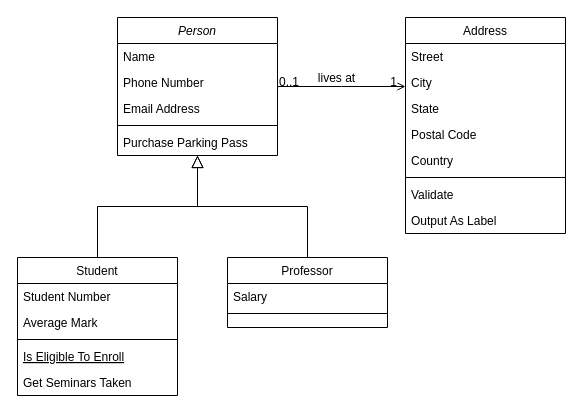
Before: Diagrama sin título.drawio in FJavierVC/Equipo, a draw.io diagram. Source tidied: cells renumbered, new cells numbered last; positions are measured from the earlier drawing's top-left corner, leaving out a move shared by most shapes. Both pictures are drawn from the tidied source at 100%, with x=0, y=0 at pixel (17, 17).
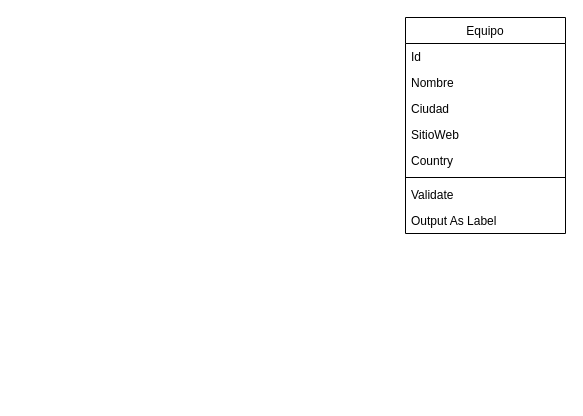
The same diagram, later.

Change to the diagram source:
```diff
@@
-    <mxCell id="2" value="Person" style="swimlane;fontStyle=2;align=center;verticalAlign=top;horizontal=1;startSize=26;rounded=0;shadow=0;strokeWidth=1;" parent="1" vertex="1">
-      <mxGeometry x="100" width="160" height="138" as="geometry" />
-    </mxCell>
-    <mxCell id="3" value="Name" style="text;align=left;verticalAlign=top;spacingLeft=4;spacingRight=4;overflow=hidden;" parent="2" vertex="1">
-      <mxGeometry y="26" width="160" height="26" as="geometry" />
-    </mxCell>
-    <mxCell id="4" value="Phone Number" style="text;align=left;verticalAlign=top;spacingLeft=4;spacingRight=4;overflow=hidden;rounded=0;shadow=0;html=0;" parent="2" vertex="1">
-      <mxGeometry y="52" width="160" height="26" as="geometry" />
-    </mxCell>
-    <mxCell id="5" value="Email Address" style="text;align=left;verticalAlign=top;spacingLeft=4;spacingRight=4;overflow=hidden;rounded=0;shadow=0;html=0;" parent="2" vertex="1">
-      <mxGeometry y="78" width="160" height="26" as="geometry" />
-    </mxCell>
-    <mxCell id="6" style="line;html=1;strokeWidth=1;align=left;verticalAlign=middle;spacingTop=-1;spacingLeft=3;spacingRight=3;labelPosition=right;" parent="2" vertex="1">
-      <mxGeometry y="104" width="160" height="8" as="geometry" />
-    </mxCell>
-    <mxCell id="7" value="Purchase Parking Pass" style="text;align=left;verticalAlign=top;spacingLeft=4;spacingRight=4;overflow=hidden;" parent="2" vertex="1">
-      <mxGeometry y="112" width="160" height="26" as="geometry" />
-    </mxCell>
-    <mxCell id="8" value="Student" style="swimlane;fontStyle=0;align=center;verticalAlign=top;horizontal=1;startSize=26;rounded=0;shadow=0;strokeWidth=1;" parent="1" vertex="1">
-      <mxGeometry y="240" width="160" height="138" as="geometry" />
-    </mxCell>
-    <mxCell id="9" value="Student Number" style="text;align=left;verticalAlign=top;spacingLeft=4;spacingRight=4;overflow=hidden;" parent="8" vertex="1">
-      <mxGeometry y="26" width="160" height="26" as="geometry" />
-    </mxCell>
-    <mxCell id="10" value="Average Mark" style="text;align=left;verticalAlign=top;spacingLeft=4;spacingRight=4;overflow=hidden;rounded=0;shadow=0;html=0;" parent="8" vertex="1">
-      <mxGeometry y="52" width="160" height="26" as="geometry" />
-    </mxCell>
-    <mxCell id="11" style="line;html=1;strokeWidth=1;align=left;verticalAlign=middle;spacingTop=-1;spacingLeft=3;spacingRight=3;labelPosition=right;" parent="8" vertex="1">
-      <mxGeometry y="78" width="160" height="8" as="geometry" />
-    </mxCell>
-    <mxCell id="12" value="Is Eligible To Enroll" style="text;align=left;verticalAlign=top;spacingLeft=4;spacingRight=4;overflow=hidden;fontStyle=4;" parent="8" vertex="1">
-      <mxGeometry y="86" width="160" height="26" as="geometry" />
-    </mxCell>
-    <mxCell id="13" value="Get Seminars Taken" style="text;align=left;verticalAlign=top;spacingLeft=4;spacingRight=4;overflow=hidden;" parent="8" vertex="1">
-      <mxGeometry y="112" width="160" height="26" as="geometry" />
-    </mxCell>
-    <mxCell id="14" style="endArrow=block;endSize=10;endFill=0;shadow=0;strokeWidth=1;rounded=0;edgeStyle=elbowEdgeStyle;elbow=vertical;" parent="1" edge="1" source="8" target="2">
-      <mxGeometry relative="1" as="geometry" />
-    </mxCell>
-    <mxCell id="15" value="Professor" style="swimlane;fontStyle=0;align=center;verticalAlign=top;horizontal=1;startSize=26;rounded=0;shadow=0;strokeWidth=1;" parent="1" vertex="1">
-      <mxGeometry x="210" y="240" width="160" height="70" as="geometry" />
-    </mxCell>
-    <mxCell id="16" value="Salary" style="text;align=left;verticalAlign=top;spacingLeft=4;spacingRight=4;overflow=hidden;" parent="15" vertex="1">
-      <mxGeometry y="26" width="160" height="26" as="geometry" />
-    </mxCell>
-    <mxCell id="17" style="line;html=1;strokeWidth=1;align=left;verticalAlign=middle;spacingTop=-1;spacingLeft=3;spacingRight=3;labelPosition=right;" parent="15" vertex="1">
-      <mxGeometry y="52" width="160" height="8" as="geometry" />
-    </mxCell>
-    <mxCell id="18" style="endArrow=block;endSize=10;endFill=0;shadow=0;strokeWidth=1;rounded=0;edgeStyle=elbowEdgeStyle;elbow=vertical;" parent="1" edge="1" source="15" target="2">
-      <mxGeometry relative="1" as="geometry" />
-    </mxCell>
-    <mxCell id="19" value="Address" style="swimlane;fontStyle=0;align=center;verticalAlign=top;horizontal=1;startSize=26;rounded=0;shadow=0;strokeWidth=1;" parent="1" vertex="1">
+    <mxCell id="19" value="Equipo" style="swimlane;fontStyle=0;align=center;verticalAlign=top;horizontal=1;startSize=26;rounded=0;shadow=0;strokeWidth=1;" parent="1" vertex="1">
       <mxGeometry x="388" width="160" height="216" as="geometry" />
     </mxCell>
-    <mxCell id="20" value="Street" style="text;align=left;verticalAlign=top;spacingLeft=4;spacingRight=4;overflow=hidden;" parent="19" vertex="1">
+    <mxCell id="20" value="Id" style="text;align=left;verticalAlign=top;spacingLeft=4;spacingRight=4;overflow=hidden;" parent="19" vertex="1">
       <mxGeometry y="26" width="160" height="26" as="geometry" />
     </mxCell>
-    <mxCell id="21" value="City" style="text;align=left;verticalAlign=top;spacingLeft=4;spacingRight=4;overflow=hidden;rounded=0;shadow=0;html=0;" parent="19" vertex="1">
+    <mxCell id="21" value="Nombre" style="text;align=left;verticalAlign=top;spacingLeft=4;spacingRight=4;overflow=hidden;rounded=0;shadow=0;html=0;" parent="19" vertex="1">
       <mxGeometry y="52" width="160" height="26" as="geometry" />
     </mxCell>
-    <mxCell id="22" value="State" style="text;align=left;verticalAlign=top;spacingLeft=4;spacingRight=4;overflow=hidden;rounded=0;shadow=0;html=0;" parent="19" vertex="1">
+    <mxCell id="22" value="Ciudad" style="text;align=left;verticalAlign=top;spacingLeft=4;spacingRight=4;overflow=hidden;rounded=0;shadow=0;html=0;" parent="19" vertex="1">
       <mxGeometry y="78" width="160" height="26" as="geometry" />
     </mxCell>
-    <mxCell id="23" value="Postal Code" style="text;align=left;verticalAlign=top;spacingLeft=4;spacingRight=4;overflow=hidden;rounded=0;shadow=0;html=0;" parent="19" vertex="1">
+    <mxCell id="23" value="SitioWeb" style="text;align=left;verticalAlign=top;spacingLeft=4;spacingRight=4;overflow=hidden;rounded=0;shadow=0;html=0;" parent="19" vertex="1">
       <mxGeometry y="104" width="160" height="26" as="geometry" />
     </mxCell>
@@
-    <mxCell id="28" style="endArrow=open;shadow=0;strokeWidth=1;rounded=0;endFill=1;edgeStyle=elbowEdgeStyle;elbow=vertical;" parent="1" edge="1" source="2" target="19">
-      <mxGeometry x="0.5" y="41" relative="1" as="geometry">
-        <mxPoint x="-40" y="32" as="offset" />
-      </mxGeometry>
-    </mxCell>
-    <mxCell id="29" value="0..1" style="align=left;verticalAlign=bottom;labelBackgroundColor=none;fontSize=12;" parent="28" vertex="1">
-      <mxGeometry x="-1" relative="1" as="geometry">
-        <mxPoint y="4" as="offset" />
-      </mxGeometry>
-    </mxCell>
-    <mxCell id="30" value="1" style="align=right;verticalAlign=bottom;labelBackgroundColor=none;fontSize=12;" parent="28" vertex="1">
-      <mxGeometry x="1" relative="1" as="geometry">
-        <mxPoint x="-7" y="4" as="offset" />
-      </mxGeometry>
-    </mxCell>
-    <mxCell id="31" value="lives at" style="text;html=1;align=center;verticalAlign=middle;labelBackgroundColor=none;rounded=0;shadow=0;strokeWidth=1;fontSize=12;" parent="28" vertex="1">
-      <mxGeometry x="0.5" y="49" relative="1" as="geometry">
-        <mxPoint x="-38" y="40" as="offset" />
-      </mxGeometry>
-    </mxCell>
```
